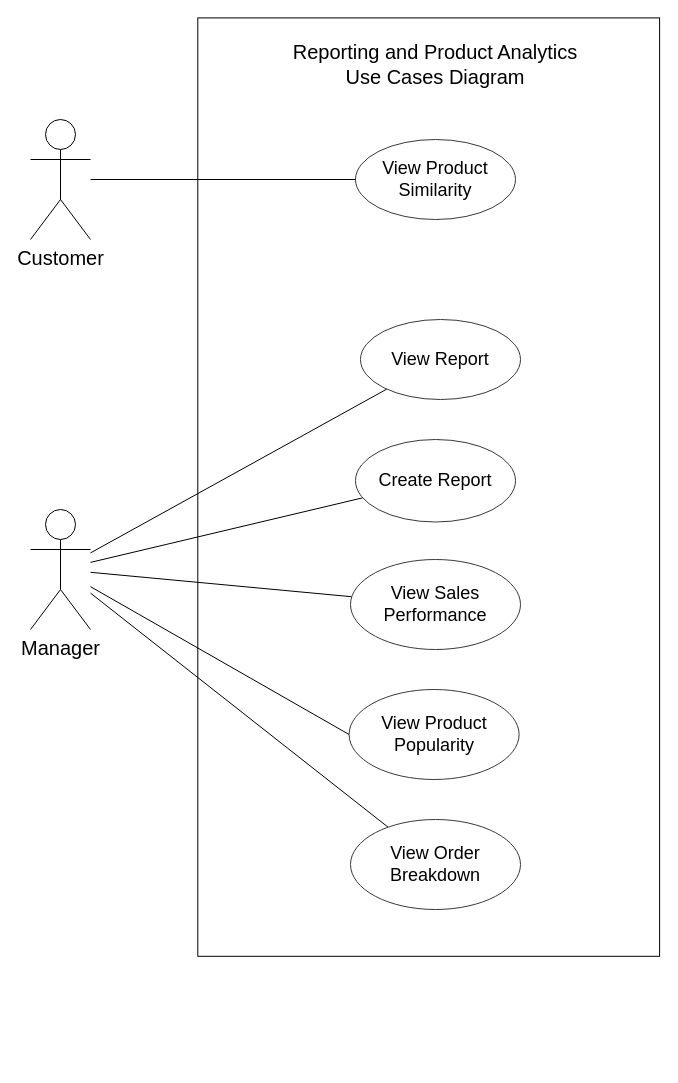
Earlier version of the draw.io diagram FYP.drawio (syazwanirahimin/UML-Diagram). Source tidied: cells renumbered, new cells numbered last; positions are measured from the earlier drawing's top-left corner, leaving out a move shared by most shapes. Both pictures are drawn from the tidied source at 100%, with x=0, y=0 at pixel (-41, 49).
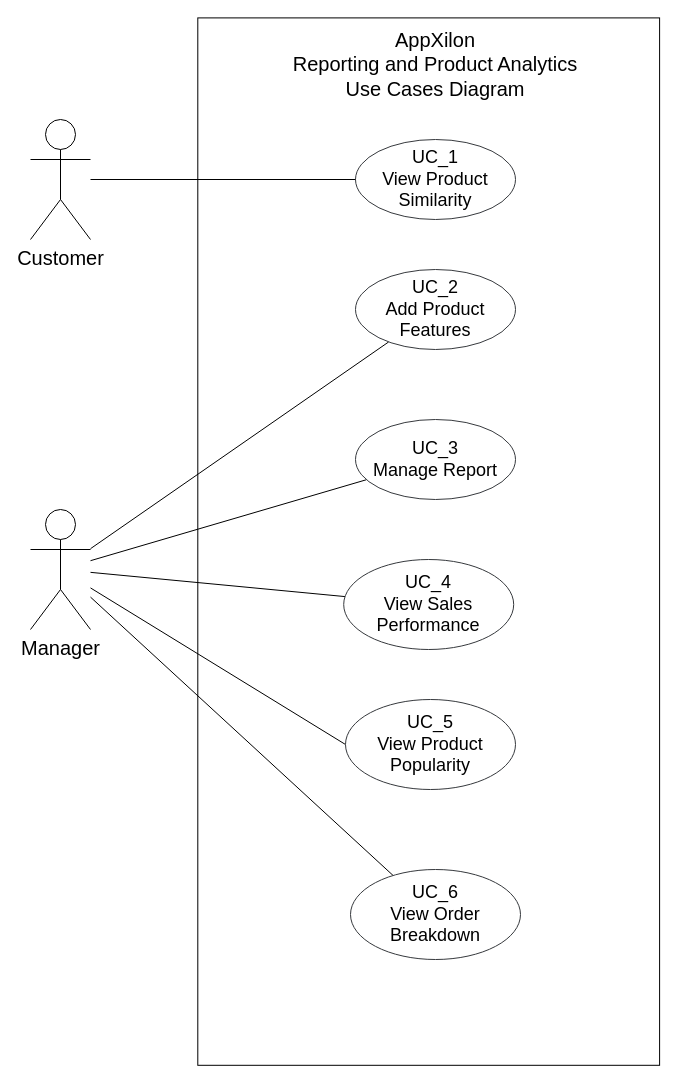
The same diagram, later.

Change to the diagram source:
```diff
@@
 <mxGraphModel>
   <root>
     <mxCell id="0" />
     <mxCell id="1" parent="0" />
     <mxCell id="2" style="rounded=0;whiteSpace=wrap;html=1;rotation=-90;fillColor=none;" parent="1" vertex="1">
-      <mxGeometry y="206.7" width="938.4" height="461.8" as="geometry" />
+      <mxGeometry x="-54.5" y="261.2" width="1047.4" height="461.8" as="geometry" />
     </mxCell>
-    <mxCell id="3" value="&lt;font style=&quot;font-size: 18px&quot;&gt;View Product Similarity&lt;br&gt;&lt;/font&gt;" style="ellipse;whiteSpace=wrap;html=1;labelBackgroundColor=none;fillColor=#FFFFFF;strokeColor=#36393d;" parent="1" vertex="1">
+    <mxCell id="3" value="&lt;font style=&quot;font-size: 18px&quot;&gt;UC_1&lt;br&gt;View Product Similarity&lt;br&gt;&lt;/font&gt;" style="ellipse;whiteSpace=wrap;html=1;labelBackgroundColor=none;fillColor=#FFFFFF;strokeColor=#36393d;" parent="1" vertex="1">
       <mxGeometry x="396" y="90" width="160" height="80" as="geometry" />
     </mxCell>
     <mxCell id="4" style="edgeStyle=none;rounded=0;jettySize=auto;html=1;endArrow=none;endFill=0;" parent="1" edge="1" source="5" target="15">
       <mxGeometry relative="1" as="geometry" />
     </mxCell>
-    <mxCell id="5" value="&lt;font size=&quot;4&quot;&gt;View Report&lt;/font&gt;" style="ellipse;whiteSpace=wrap;html=1;fillColor=#FFFFFF;strokeColor=#36393d;" parent="1" vertex="1">
-      <mxGeometry x="401" y="270" width="160" height="80" as="geometry" />
+    <mxCell id="5" value="&lt;font size=&quot;4&quot;&gt;UC_3&lt;br&gt;Manage Report&lt;/font&gt;" style="ellipse;whiteSpace=wrap;html=1;fillColor=#FFFFFF;strokeColor=#36393d;" parent="1" vertex="1">
+      <mxGeometry x="396" y="370" width="160" height="80" as="geometry" />
     </mxCell>
-    <mxCell id="6" style="edgeStyle=none;rounded=0;jettySize=auto;html=1;endArrow=none;endFill=0;" parent="1" edge="1" source="7" target="15">
-      <mxGeometry relative="1" as="geometry" />
-    </mxCell>
-    <mxCell id="7" value="&lt;font style=&quot;font-size: 18px&quot;&gt;Create Report&lt;/font&gt;" style="ellipse;whiteSpace=wrap;html=1;fillColor=#FFFFFF;strokeColor=#36393d;" parent="1" vertex="1">
-      <mxGeometry x="396" y="390" width="160" height="82.5" as="geometry" />
-    </mxCell>
     <mxCell id="8" style="edgeStyle=none;rounded=0;jettySize=auto;html=1;endArrow=none;endFill=0;" parent="1" edge="1" source="9" target="15">
       <mxGeometry relative="1" as="geometry" />
     </mxCell>
-    <mxCell id="9" value="&lt;font style=&quot;font-size: 18px&quot;&gt;View Sales Performance&lt;/font&gt;" style="ellipse;whiteSpace=wrap;html=1;fillColor=#FFFFFF;strokeColor=#36393d;" parent="1" vertex="1">
-      <mxGeometry x="391" y="510" width="170" height="90" as="geometry" />
+    <mxCell id="9" value="&lt;font style=&quot;font-size: 18px&quot;&gt;UC_4&lt;br&gt;View Sales Performance&lt;/font&gt;" style="ellipse;whiteSpace=wrap;html=1;fillColor=#FFFFFF;strokeColor=#36393d;" parent="1" vertex="1">
+      <mxGeometry x="384.2" y="510" width="170" height="90" as="geometry" />
     </mxCell>
-    <mxCell id="10" value="&lt;font style=&quot;font-size: 20px&quot;&gt;Reporting and Product Analytics&lt;br&gt;Use Cases Diagram&lt;br&gt;&lt;/font&gt;" style="text;html=1;strokeColor=none;fillColor=none;align=center;verticalAlign=middle;whiteSpace=wrap;rounded=0;labelBackgroundColor=none;fontSize=18;" parent="1" vertex="1">
+    <mxCell id="10" value="&lt;font style=&quot;font-size: 20px&quot;&gt;AppXilon&lt;br&gt;Reporting and Product Analytics&lt;br&gt;Use Cases Diagram&lt;br&gt;&lt;/font&gt;" style="text;html=1;strokeColor=none;fillColor=none;align=center;verticalAlign=middle;whiteSpace=wrap;rounded=0;labelBackgroundColor=none;fontSize=18;" parent="1" vertex="1">
       <mxGeometry x="301" width="350" height="30" as="geometry" />
     </mxCell>
     <mxCell id="11" style="edgeStyle=none;rounded=0;jettySize=auto;html=1;endArrow=none;endFill=0;" parent="1" edge="1" source="12" target="3">
       <mxGeometry relative="1" as="geometry" />
     </mxCell>
     <mxCell id="12" value="Customer" style="shape=umlActor;verticalLabelPosition=bottom;verticalAlign=top;html=1;outlineConnect=0;labelBackgroundColor=none;fontSize=20;fillColor=none;" parent="1" vertex="1">
       <mxGeometry x="71" y="70" width="60" height="120" as="geometry" />
     </mxCell>
     <mxCell id="13" style="rounded=0;jettySize=auto;html=1;entryX=0;entryY=0.5;entryDx=0;entryDy=0;endArrow=none;endFill=0;" parent="1" edge="1" source="15" target="16">
       <mxGeometry relative="1" as="geometry" />
     </mxCell>
     <mxCell id="14" style="edgeStyle=none;rounded=0;jettySize=auto;html=1;endArrow=none;endFill=0;" parent="1" edge="1" source="15" target="17">
       <mxGeometry relative="1" as="geometry" />
     </mxCell>
     <mxCell id="15" value="Manager" style="shape=umlActor;verticalLabelPosition=bottom;verticalAlign=top;html=1;outlineConnect=0;labelBackgroundColor=none;fontSize=20;fillColor=none;" parent="1" vertex="1">
       <mxGeometry x="71" y="460" width="60" height="120" as="geometry" />
     </mxCell>
-    <mxCell id="16" value="&lt;font style=&quot;font-size: 18px&quot;&gt;View Product Popularity&lt;/font&gt;" style="ellipse;whiteSpace=wrap;html=1;fillColor=#FFFFFF;strokeColor=#36393d;" parent="1" vertex="1">
-      <mxGeometry x="389.6" y="640" width="170" height="90" as="geometry" />
+    <mxCell id="16" value="&lt;font style=&quot;font-size: 18px&quot;&gt;UC_5&lt;br&gt;View Product Popularity&lt;/font&gt;" style="ellipse;whiteSpace=wrap;html=1;fillColor=#FFFFFF;strokeColor=#36393d;" parent="1" vertex="1">
+      <mxGeometry x="386" y="650" width="170" height="90" as="geometry" />
     </mxCell>
-    <mxCell id="17" value="&lt;font style=&quot;font-size: 18px&quot;&gt;View Order Breakdown&lt;/font&gt;" style="ellipse;whiteSpace=wrap;html=1;fillColor=#FFFFFF;strokeColor=#36393d;" parent="1" vertex="1">
-      <mxGeometry x="391" y="770" width="170" height="90" as="geometry" />
+    <mxCell id="17" value="&lt;font style=&quot;font-size: 18px&quot;&gt;UC_6&lt;br&gt;View Order Breakdown&lt;/font&gt;" style="ellipse;whiteSpace=wrap;html=1;fillColor=#FFFFFF;strokeColor=#36393d;" parent="1" vertex="1">
+      <mxGeometry x="391" y="820" width="170" height="90" as="geometry" />
     </mxCell>
+    <mxCell id="18" style="edgeStyle=none;rounded=0;jettySize=auto;html=1;endArrow=none;endFill=0;" parent="1" edge="1" source="19" target="15">
+      <mxGeometry relative="1" as="geometry" />
+    </mxCell>
+    <mxCell id="19" value="&lt;font size=&quot;4&quot;&gt;UC_2&lt;br&gt;Add Product Features&lt;/font&gt;" style="ellipse;whiteSpace=wrap;html=1;fillColor=#FFFFFF;strokeColor=#36393d;" parent="1" vertex="1">
+      <mxGeometry x="396" y="220" width="160" height="80" as="geometry" />
+    </mxCell>
   </root>
 </mxGraphModel>
```
